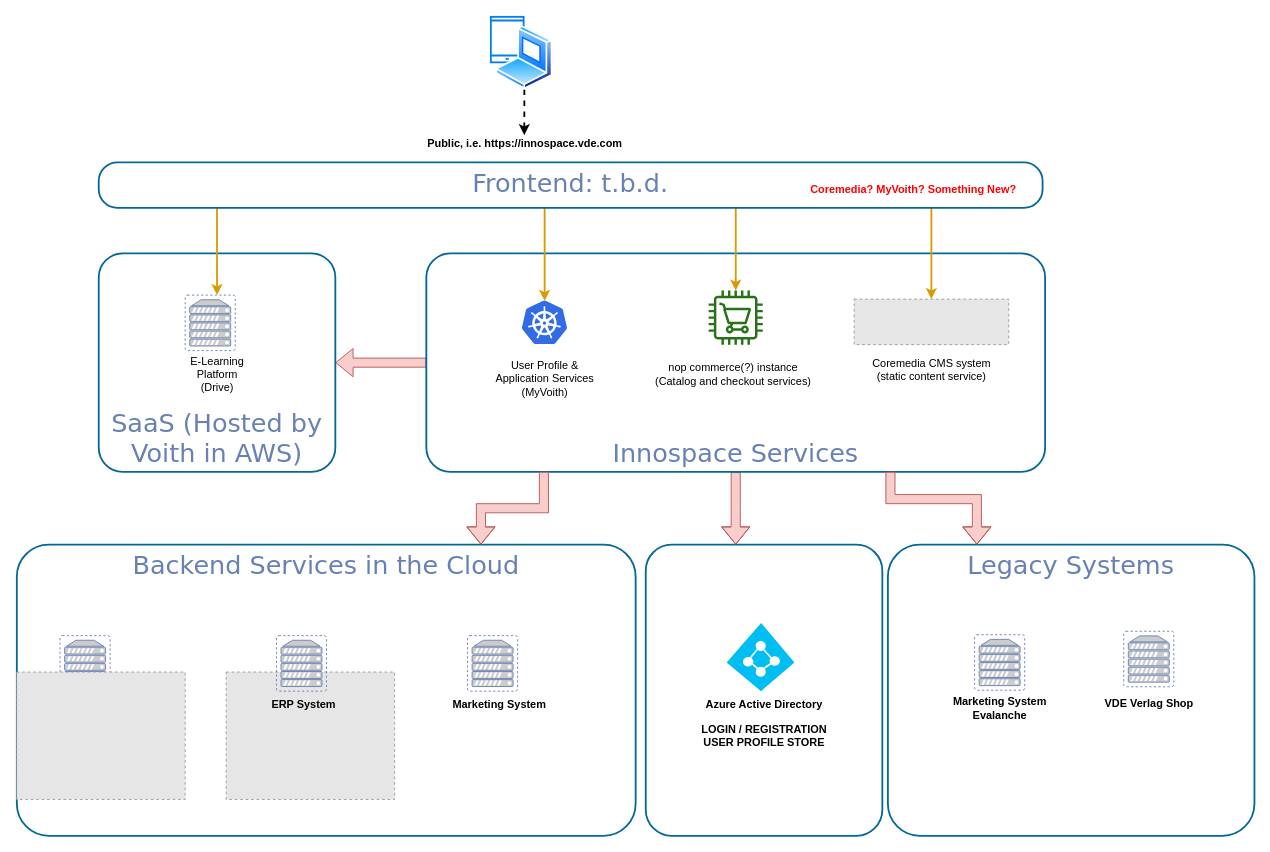
This is Systems Overview.drawio from rseidt/certbot-azure, a draw.io file, before an edit. Source tidied: cells renumbered, new cells numbered last; positions are measured from the earlier drawing's top-left corner, leaving out a move shared by most shapes. Both pictures are drawn from the tidied source at 91%, with x=0, y=0 at pixel (16, 16). Pictures stored in the file or linked from it are replaced by grey dashed boxes.
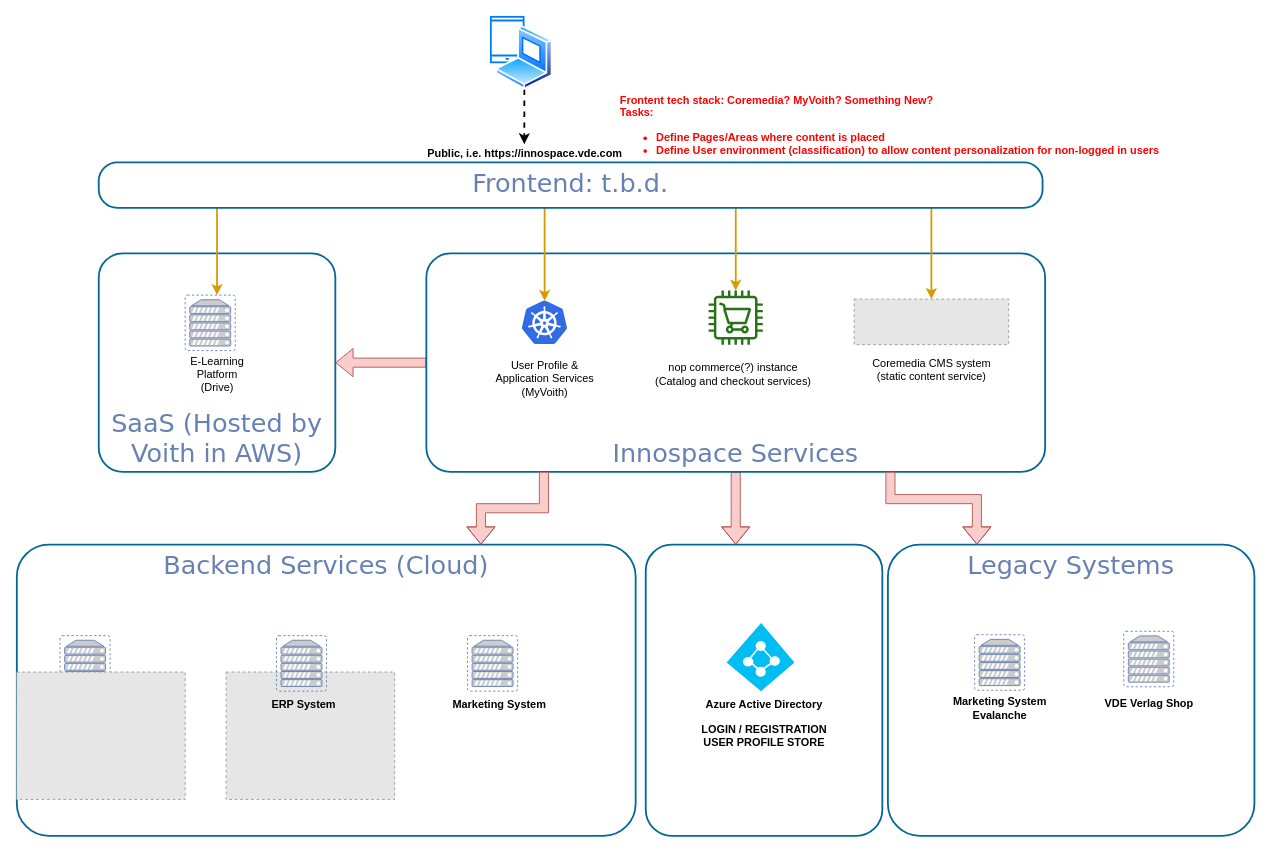
The same diagram, later.

Diff of the diagram source:
```diff
@@
-    <mxCell id="8" value="Backend Services in the Cloud" style="rounded=1;whiteSpace=wrap;html=1;shadow=0;comic=0;strokeColor=#036897;strokeWidth=2;fillColor=none;fontFamily=Verdana;fontSize=28;fontColor=#6881B3;align=center;arcSize=11;verticalAlign=top;" parent="1" vertex="1">
+    <mxCell id="8" value="Backend Services (Cloud)" style="rounded=1;whiteSpace=wrap;html=1;shadow=0;comic=0;strokeColor=#036897;strokeWidth=2;fillColor=none;fontFamily=Verdana;fontSize=28;fontColor=#6881B3;align=center;arcSize=11;verticalAlign=top;" parent="1" vertex="1">
       <mxGeometry y="580" width="680" height="320" as="geometry" />
     </mxCell>
@@
     <mxCell id="25" value="&lt;b&gt;Public, i.e. https://innospace.vde.com&lt;br&gt;&lt;/b&gt;" style="text;html=1;align=center;verticalAlign=middle;points=[];fillColor=none;strokeColor=none;rounded=0;" parent="1" vertex="1">
-      <mxGeometry x="442.6" y="130" width="230" height="20" as="geometry" />
+      <mxGeometry x="442.6" y="140" width="230" height="20" as="geometry" />
     </mxCell>
@@
-    <mxCell id="40" value="Coremedia? MyVoith? Something New?" style="text;html=1;align=center;verticalAlign=middle;fillColor=none;strokeColor=none;rounded=0;fontColor=#FF0000;fontStyle=1;" parent="1" vertex="1">
-      <mxGeometry x="865" y="180" width="240" height="20" as="geometry" />
+    <mxCell id="40" value="Frontent tech stack: Coremedia? MyVoith? Something New?&lt;br&gt;Tasks:&lt;br&gt;&lt;ul&gt;&lt;li&gt;Define Pages/Areas where content is placed&lt;/li&gt;&lt;li&gt;Define User environment (classification) to allow content personalization for non-logged in users&lt;/li&gt;&lt;/ul&gt;" style="text;html=1;align=left;verticalAlign=middle;fillColor=none;strokeColor=none;rounded=0;fontColor=#FF0000;fontStyle=1;" parent="1" vertex="1">
+      <mxGeometry x="661.4" y="80" width="610" height="90" as="geometry" />
     </mxCell>
```
